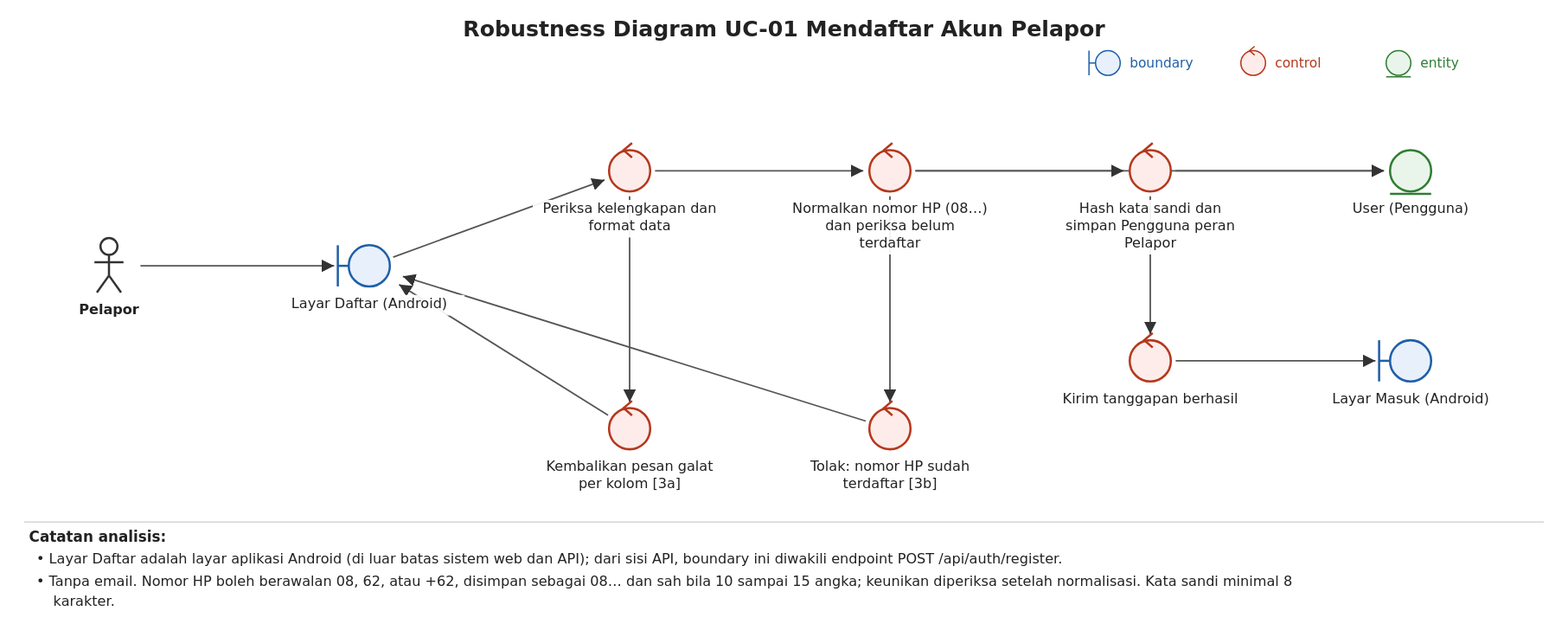
wirapatigilang/laporapi-api-web keeps this PlantUML diagram as specs/001-uc01-register-reporter/iconix/uc01-robustness.svg. Above is the earlier version. Its source is kept beside it as specs/001-uc01-register-reporter/iconix/uc01-robustness.puml.
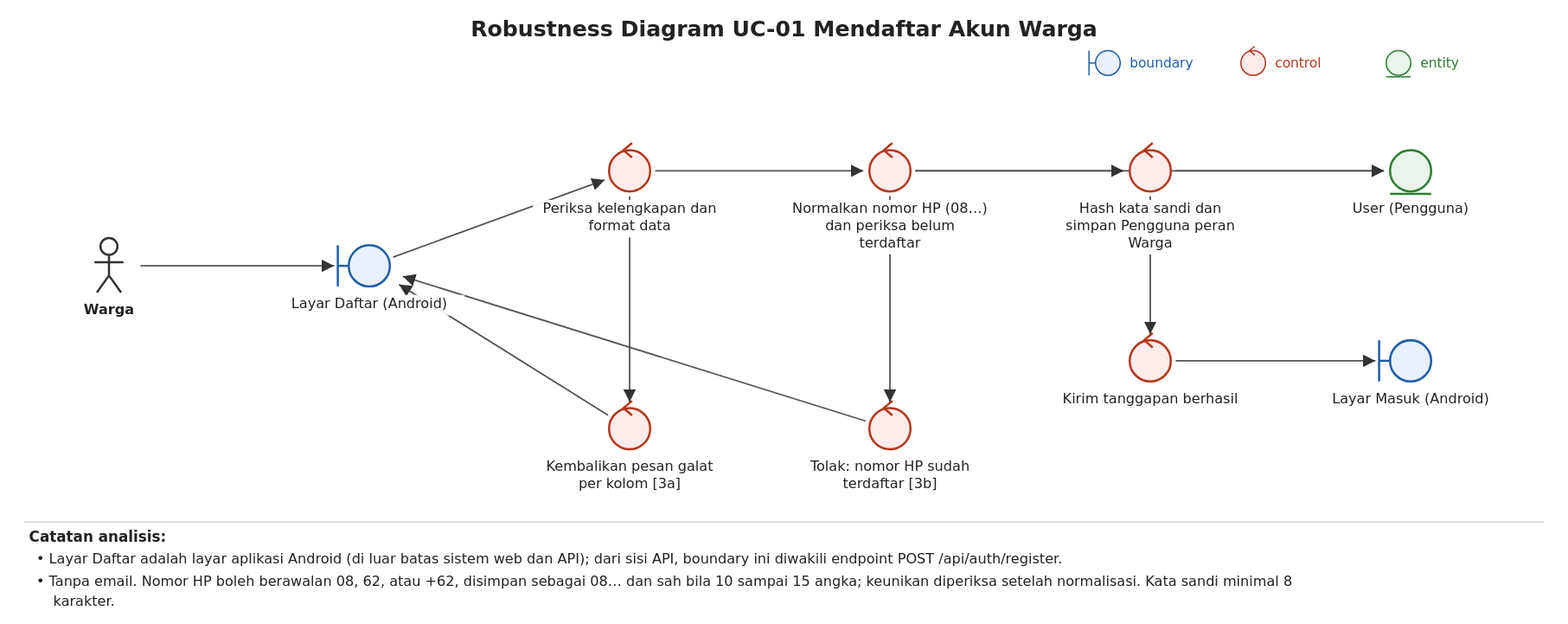
The same diagram one commit later.

Change to the diagram source:
```diff
@@ -1,11 +1,11 @@
 @startuml
 left to right direction
-title Robustness Diagram UC-01 Mendaftar Akun Pelapor
-actor "Pelapor" as pel
+title Robustness Diagram UC-01 Mendaftar Akun Warga
+actor "Warga" as pel
 boundary "Layar Daftar (Android)" as bDaftar
 control "Periksa kelengkapan dan format data" as cFormat
 control "Normalkan nomor HP (08…) dan periksa belum terdaftar" as cUnik
-control "Hash kata sandi dan simpan Pengguna peran Pelapor" as cSimpan
+control "Hash kata sandi dan simpan Pengguna peran Warga" as cSimpan
 control "Kirim tanggapan berhasil" as cOk
 control "Kembalikan pesan galat per kolom [3a]" as cErrKolom
 control "Tolak: nomor HP sudah terdaftar [3b]" as cErrAda
```
